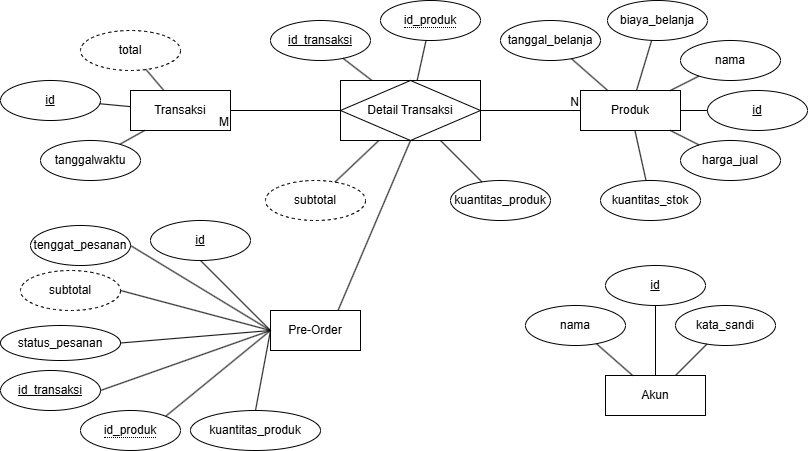
Before: src/main/resources/diagrams/db_warunq.drawio.png, a diagram exported from draw.io (James1Aurora/WarunQ). Source tidied: cells renumbered, new cells last; positions are measured from the earlier drawing's top-left corner, leaving out a move shared by most shapes.
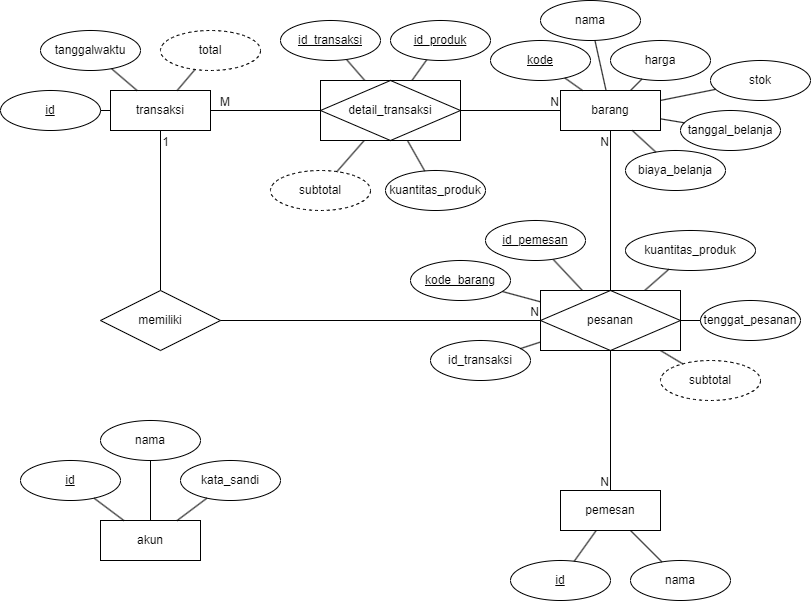
The same diagram one commit later.

Change to the diagram source:
```diff
@@ -2,41 +2,38 @@
   <root>
     <mxCell id="0" />
     <mxCell id="1" parent="0" />
-    <mxCell id="2" value="Transaksi" style="whiteSpace=wrap;html=1;align=center;" parent="1" vertex="1">
+    <mxCell id="2" value="transaksi" style="whiteSpace=wrap;html=1;align=center;" parent="1" vertex="1">
       <mxGeometry x="130" y="90" width="100" height="40" as="geometry" />
     </mxCell>
-    <mxCell id="3" value="Produk" style="whiteSpace=wrap;html=1;align=center;" parent="1" vertex="1">
+    <mxCell id="3" value="barang" style="whiteSpace=wrap;html=1;align=center;" parent="1" vertex="1">
       <mxGeometry x="580" y="90" width="100" height="40" as="geometry" />
     </mxCell>
     <mxCell id="4" value="id" style="ellipse;whiteSpace=wrap;html=1;align=center;fontStyle=4;" parent="1" vertex="1">
-      <mxGeometry y="80" width="100" height="40" as="geometry" />
+      <mxGeometry x="20" y="90" width="100" height="40" as="geometry" />
     </mxCell>
     <mxCell id="5" style="endArrow=none;html=1;rounded=0;" parent="1" edge="1" source="4" target="2">
       <mxGeometry relative="1" as="geometry" />
     </mxCell>
     <mxCell id="6" value="tanggalwaktu" style="ellipse;whiteSpace=wrap;html=1;align=center;" parent="1" vertex="1">
-      <mxGeometry x="40" y="140" width="100" height="40" as="geometry" />
+      <mxGeometry x="60" y="30" width="100" height="40" as="geometry" />
     </mxCell>
     <mxCell id="7" style="endArrow=none;html=1;rounded=0;" parent="1" edge="1" source="2" target="6">
       <mxGeometry relative="1" as="geometry" />
     </mxCell>
-    <mxCell id="8" value="&lt;span style=&quot;border-bottom: 1px dotted&quot;&gt;id_produk&lt;/span&gt;" style="ellipse;whiteSpace=wrap;html=1;align=center;" parent="1" vertex="1">
-      <mxGeometry x="380" width="100" height="40" as="geometry" />
-    </mxCell>
     <mxCell id="9" value="id_transaksi" style="ellipse;whiteSpace=wrap;html=1;align=center;fontStyle=4;" parent="1" vertex="1">
-      <mxGeometry x="270" y="20" width="100" height="40" as="geometry" />
+      <mxGeometry x="300" y="20" width="100" height="40" as="geometry" />
     </mxCell>
     <mxCell id="10" style="endArrow=none;html=1;rounded=0;" parent="1" edge="1" source="9" target="26">
       <mxGeometry relative="1" as="geometry" />
     </mxCell>
-    <mxCell id="11" style="endArrow=none;html=1;rounded=0;" parent="1" edge="1" source="26" target="8">
+    <mxCell id="11" style="endArrow=none;html=1;rounded=0;" parent="1" edge="1" source="26" target="68">
       <mxGeometry relative="1" as="geometry" />
     </mxCell>
     <mxCell id="12" value="nama" style="ellipse;whiteSpace=wrap;html=1;align=center;" parent="1" vertex="1">
-      <mxGeometry x="680" y="40" width="100" height="40" as="geometry" />
+      <mxGeometry x="560" width="100" height="40" as="geometry" />
     </mxCell>
-    <mxCell id="13" value="id" style="ellipse;whiteSpace=wrap;html=1;align=center;fontStyle=4;" parent="1" vertex="1">
-      <mxGeometry x="707" y="90" width="100" height="40" as="geometry" />
+    <mxCell id="13" value="kode" style="ellipse;whiteSpace=wrap;html=1;align=center;fontStyle=4;" parent="1" vertex="1">
+      <mxGeometry x="510" y="40" width="100" height="40" as="geometry" />
     </mxCell>
     <mxCell id="14" style="endArrow=none;html=1;rounded=0;" parent="1" edge="1" source="13" target="3">
       <mxGeometry relative="1" as="geometry" />
@@ -44,11 +41,11 @@
     <mxCell id="15" style="endArrow=none;html=1;rounded=0;" parent="1" edge="1" source="3" target="12">
       <mxGeometry relative="1" as="geometry" />
     </mxCell>
-    <mxCell id="16" value="kuantitas_stok" style="ellipse;whiteSpace=wrap;html=1;align=center;" parent="1" vertex="1">
-      <mxGeometry x="600" y="180" width="100" height="40" as="geometry" />
+    <mxCell id="16" value="stok" style="ellipse;whiteSpace=wrap;html=1;align=center;" parent="1" vertex="1">
+      <mxGeometry x="730" y="60" width="100" height="40" as="geometry" />
     </mxCell>
     <mxCell id="17" value="kuantitas_produk" style="ellipse;whiteSpace=wrap;html=1;align=center;" parent="1" vertex="1">
-      <mxGeometry x="450" y="180" width="100" height="40" as="geometry" />
+      <mxGeometry x="405" y="170" width="100" height="40" as="geometry" />
     </mxCell>
     <mxCell id="18" style="endArrow=none;html=1;rounded=0;" parent="1" edge="1" source="26" target="17">
       <mxGeometry relative="1" as="geometry" />
@@ -56,25 +53,25 @@
     <mxCell id="19" style="endArrow=none;html=1;rounded=0;" parent="1" edge="1" source="3" target="16">
       <mxGeometry relative="1" as="geometry" />
     </mxCell>
-    <mxCell id="20" value="harga_jual" style="ellipse;whiteSpace=wrap;html=1;align=center;" parent="1" vertex="1">
-      <mxGeometry x="680" y="140" width="100" height="40" as="geometry" />
+    <mxCell id="20" value="harga" style="ellipse;whiteSpace=wrap;html=1;align=center;" parent="1" vertex="1">
+      <mxGeometry x="630" y="40" width="100" height="40" as="geometry" />
     </mxCell>
     <mxCell id="21" style="endArrow=none;html=1;rounded=0;" parent="1" edge="1" source="3" target="20">
       <mxGeometry relative="1" as="geometry" />
     </mxCell>
     <mxCell id="22" value="subtotal" style="ellipse;whiteSpace=wrap;html=1;align=center;dashed=1;" parent="1" vertex="1">
-      <mxGeometry x="265" y="180" width="100" height="40" as="geometry" />
+      <mxGeometry x="290" y="170" width="100" height="40" as="geometry" />
     </mxCell>
     <mxCell id="23" style="endArrow=none;html=1;rounded=0;" parent="1" edge="1" source="26" target="22">
       <mxGeometry relative="1" as="geometry" />
     </mxCell>
     <mxCell id="24" value="total" style="ellipse;whiteSpace=wrap;html=1;align=center;dashed=1;" parent="1" vertex="1">
-      <mxGeometry x="80" y="30" width="100" height="40" as="geometry" />
+      <mxGeometry x="180" y="30" width="100" height="40" as="geometry" />
     </mxCell>
     <mxCell id="25" style="endArrow=none;html=1;rounded=0;" parent="1" edge="1" source="24" target="2">
       <mxGeometry relative="1" as="geometry" />
     </mxCell>
-    <mxCell id="26" value="Detail Transaksi" style="shape=associativeEntity;whiteSpace=wrap;html=1;align=center;" parent="1" vertex="1">
+    <mxCell id="26" value="detail_transaksi" style="shape=associativeEntity;whiteSpace=wrap;html=1;align=center;" parent="1" vertex="1">
       <mxGeometry x="340" y="80" width="140" height="60" as="geometry" />
     </mxCell>
     <mxCell id="27" style="endArrow=none;html=1;rounded=0;" parent="1" edge="1" source="26" target="3">
@@ -88,89 +85,129 @@
     </mxCell>
     <mxCell id="30" value="M" style="html=1;whiteSpace=wrap;align=right;verticalAlign=bottom;" parent="29" vertex="1">
       <mxGeometry x="1" relative="1" as="geometry">
-        <mxPoint y="20" as="offset" />
+        <mxPoint x="21" as="offset" />
       </mxGeometry>
     </mxCell>
     <mxCell id="31" value="biaya_belanja" style="ellipse;whiteSpace=wrap;html=1;align=center;" parent="1" vertex="1">
-      <mxGeometry x="607" width="100" height="40" as="geometry" />
+      <mxGeometry x="645" y="150" width="100" height="40" as="geometry" />
     </mxCell>
     <mxCell id="32" style="endArrow=none;html=1;rounded=0;" parent="1" edge="1" source="3" target="31">
       <mxGeometry relative="1" as="geometry" />
     </mxCell>
     <mxCell id="33" value="tanggal_belanja" style="ellipse;whiteSpace=wrap;html=1;align=center;" parent="1" vertex="1">
-      <mxGeometry x="500" y="20" width="100" height="40" as="geometry" />
+      <mxGeometry x="700" y="110" width="100" height="40" as="geometry" />
     </mxCell>
     <mxCell id="34" style="endArrow=none;html=1;rounded=0;" parent="1" edge="1" source="3" target="33">
       <mxGeometry relative="1" as="geometry" />
     </mxCell>
     <mxCell id="35" value="id" style="ellipse;whiteSpace=wrap;html=1;align=center;fontStyle=4;" parent="1" vertex="1">
-      <mxGeometry x="605" y="265" width="100" height="40" as="geometry" />
+      <mxGeometry x="40" y="460" width="100" height="40" as="geometry" />
     </mxCell>
-    <mxCell id="36" value="Akun" style="whiteSpace=wrap;html=1;align=center;" parent="1" vertex="1">
-      <mxGeometry x="605" y="375" width="100" height="40" as="geometry" />
+    <mxCell id="36" value="akun" style="whiteSpace=wrap;html=1;align=center;" parent="1" vertex="1">
+      <mxGeometry x="120" y="520" width="100" height="40" as="geometry" />
     </mxCell>
     <mxCell id="37" style="endArrow=none;html=1;rounded=0;" parent="1" edge="1" source="36" target="35">
       <mxGeometry relative="1" as="geometry" />
     </mxCell>
     <mxCell id="38" value="nama" style="ellipse;whiteSpace=wrap;html=1;align=center;" parent="1" vertex="1">
-      <mxGeometry x="525" y="305" width="100" height="40" as="geometry" />
+      <mxGeometry x="120" y="420" width="100" height="40" as="geometry" />
     </mxCell>
     <mxCell id="39" style="endArrow=none;html=1;rounded=0;" parent="1" edge="1" source="38" target="36">
       <mxGeometry relative="1" as="geometry" />
     </mxCell>
     <mxCell id="40" value="kata_sandi" style="ellipse;whiteSpace=wrap;html=1;align=center;" parent="1" vertex="1">
-      <mxGeometry x="675" y="305" width="100" height="40" as="geometry" />
+      <mxGeometry x="200" y="460" width="100" height="40" as="geometry" />
     </mxCell>
     <mxCell id="41" style="endArrow=none;html=1;rounded=0;" parent="1" edge="1" source="36" target="40">
       <mxGeometry relative="1" as="geometry" />
     </mxCell>
-    <mxCell id="42" value="Pre-Order" style="rounded=0;whiteSpace=wrap;html=1;" parent="1" vertex="1">
-      <mxGeometry x="270" y="310" width="90" height="40" as="geometry" />
-    </mxCell>
-    <mxCell id="43" value="&lt;span style=&quot;border-bottom: 1px dotted&quot;&gt;id_produk&lt;/span&gt;" style="ellipse;whiteSpace=wrap;html=1;align=center;" parent="1" vertex="1">
-      <mxGeometry x="80" y="410" width="100" height="40" as="geometry" />
-    </mxCell>
     <mxCell id="44" value="id" style="ellipse;whiteSpace=wrap;html=1;align=center;fontStyle=4;" parent="1" vertex="1">
-      <mxGeometry x="150" y="220" width="100" height="40" as="geometry" />
+      <mxGeometry x="530" y="560" width="100" height="40" as="geometry" />
     </mxCell>
-    <mxCell id="45" style="endArrow=none;html=1;rounded=0;entryX=0.5;entryY=1;entryDx=0;entryDy=0;exitX=0;exitY=0.5;exitDx=0;exitDy=0;" parent="1" edge="1" source="42" target="44">
+    <mxCell id="45" style="endArrow=none;html=1;rounded=0;" parent="1" edge="1" source="61" target="44">
       <mxGeometry relative="1" as="geometry" />
     </mxCell>
-    <mxCell id="46" style="endArrow=none;html=1;rounded=0;exitX=1;exitY=0;exitDx=0;exitDy=0;entryX=0;entryY=0.5;entryDx=0;entryDy=0;" parent="1" edge="1" source="43" target="42">
-      <mxGeometry relative="1" as="geometry" />
-    </mxCell>
     <mxCell id="47" value="kuantitas_produk" style="ellipse;whiteSpace=wrap;html=1;align=center;" parent="1" vertex="1">
-      <mxGeometry x="190" y="410" width="130" height="40" as="geometry" />
+      <mxGeometry x="645" y="230" width="130" height="40" as="geometry" />
     </mxCell>
     <mxCell id="48" value="subtotal" style="ellipse;whiteSpace=wrap;html=1;align=center;dashed=1;" parent="1" vertex="1">
-      <mxGeometry x="20" y="270" width="100" height="40" as="geometry" />
+      <mxGeometry x="680" y="360" width="100" height="40" as="geometry" />
     </mxCell>
-    <mxCell id="49" style="endArrow=none;html=1;rounded=0;entryX=1;entryY=0.5;entryDx=0;entryDy=0;exitX=0;exitY=0.5;exitDx=0;exitDy=0;" parent="1" edge="1" source="42" target="48">
+    <mxCell id="49" style="endArrow=none;html=1;rounded=0;" parent="1" edge="1" source="60" target="48">
       <mxGeometry relative="1" as="geometry" />
     </mxCell>
-    <mxCell id="50" style="endArrow=none;html=1;rounded=0;entryX=0.5;entryY=0;entryDx=0;entryDy=0;exitX=0;exitY=0.5;exitDx=0;exitDy=0;" parent="1" edge="1" source="42" target="47">
+    <mxCell id="50" style="endArrow=none;html=1;rounded=0;" parent="1" edge="1" source="60" target="47">
       <mxGeometry relative="1" as="geometry" />
     </mxCell>
-    <mxCell id="51" value="status_pesanan" style="ellipse;whiteSpace=wrap;html=1;align=center;" parent="1" vertex="1">
-      <mxGeometry y="325" width="120" height="35" as="geometry" />
-    </mxCell>
-    <mxCell id="52" style="endArrow=none;html=1;rounded=0;entryX=1;entryY=0.5;entryDx=0;entryDy=0;exitX=0;exitY=0.5;exitDx=0;exitDy=0;" parent="1" edge="1" source="42" target="51">
-      <mxGeometry relative="1" as="geometry" />
-    </mxCell>
     <mxCell id="53" value="tenggat_pesanan" style="ellipse;whiteSpace=wrap;html=1;align=center;" parent="1" vertex="1">
-      <mxGeometry x="30" y="225" width="100" height="40" as="geometry" />
+      <mxGeometry x="720" y="300" width="100" height="40" as="geometry" />
     </mxCell>
-    <mxCell id="54" style="endArrow=none;html=1;rounded=0;entryX=1;entryY=0.5;entryDx=0;entryDy=0;exitX=0;exitY=0.5;exitDx=0;exitDy=0;" parent="1" edge="1" source="42" target="53">
+    <mxCell id="54" style="endArrow=none;html=1;rounded=0;" parent="1" edge="1" source="60" target="53">
       <mxGeometry relative="1" as="geometry" />
     </mxCell>
+    <mxCell id="58" style="endArrow=none;html=1;rounded=0;" parent="1" edge="1" source="70" target="60">
+      <mxGeometry relative="1" as="geometry" />
+    </mxCell>
+    <mxCell id="59" style="endArrow=none;html=1;rounded=0;" parent="1" edge="1" source="69" target="60">
+      <mxGeometry relative="1" as="geometry" />
+    </mxCell>
+    <mxCell id="60" value="pesanan" style="shape=associativeEntity;whiteSpace=wrap;html=1;align=center;" parent="1" vertex="1">
+      <mxGeometry x="560" y="290" width="140" height="60" as="geometry" />
+    </mxCell>
+    <mxCell id="61" value="pemesan" style="whiteSpace=wrap;html=1;align=center;" parent="1" vertex="1">
+      <mxGeometry x="580" y="490" width="100" height="40" as="geometry" />
+    </mxCell>
+    <mxCell id="62" value="nama" style="ellipse;whiteSpace=wrap;html=1;align=center;" parent="1" vertex="1">
+      <mxGeometry x="650" y="560" width="100" height="40" as="geometry" />
+    </mxCell>
+    <mxCell id="63" style="endArrow=none;html=1;rounded=0;" parent="1" edge="1" source="62" target="61">
+      <mxGeometry relative="1" as="geometry" />
+    </mxCell>
+    <mxCell id="64" style="endArrow=none;html=1;rounded=0;" parent="1" edge="1" source="60" target="3">
+      <mxGeometry relative="1" as="geometry" />
+    </mxCell>
+    <mxCell id="65" value="N" style="html=1;whiteSpace=wrap;align=right;verticalAlign=bottom;" parent="64" vertex="1">
+      <mxGeometry x="1" relative="1" as="geometry">
+        <mxPoint y="20" as="offset" />
+      </mxGeometry>
+    </mxCell>
+    <mxCell id="66" style="endArrow=none;html=1;rounded=0;" parent="1" edge="1" source="60" target="61">
+      <mxGeometry relative="1" as="geometry" />
+    </mxCell>
+    <mxCell id="67" value="N" style="html=1;whiteSpace=wrap;align=right;verticalAlign=bottom;" parent="66" vertex="1">
+      <mxGeometry x="1" relative="1" as="geometry" />
+    </mxCell>
+    <mxCell id="68" value="id_produk" style="ellipse;whiteSpace=wrap;html=1;align=center;fontStyle=4;" parent="1" vertex="1">
+      <mxGeometry x="410" y="20" width="100" height="40" as="geometry" />
+    </mxCell>
+    <mxCell id="69" value="kode_barang" style="ellipse;whiteSpace=wrap;html=1;align=center;fontStyle=4;" parent="1" vertex="1">
+      <mxGeometry x="430" y="260" width="100" height="40" as="geometry" />
+    </mxCell>
+    <mxCell id="70" value="id_pemesan" style="ellipse;whiteSpace=wrap;html=1;align=center;fontStyle=4;" parent="1" vertex="1">
+      <mxGeometry x="505" y="220" width="100" height="40" as="geometry" />
+    </mxCell>
+    <mxCell id="71" style="endArrow=none;html=1;rounded=0;" parent="1" edge="1" source="73" target="2">
+      <mxGeometry relative="1" as="geometry" />
+    </mxCell>
+    <mxCell id="72" value="1" style="html=1;whiteSpace=wrap;align=right;verticalAlign=bottom;" parent="71" vertex="1">
+      <mxGeometry x="1" relative="1" as="geometry">
+        <mxPoint x="10" y="20" as="offset" />
+      </mxGeometry>
+    </mxCell>
+    <mxCell id="73" value="memiliki" style="shape=rhombus;perimeter=rhombusPerimeter;whiteSpace=wrap;html=1;align=center;" parent="1" vertex="1">
+      <mxGeometry x="120" y="290" width="120" height="60" as="geometry" />
+    </mxCell>
+    <mxCell id="74" style="endArrow=none;html=1;rounded=0;" parent="1" edge="1" source="73" target="60">
+      <mxGeometry relative="1" as="geometry" />
+    </mxCell>
+    <mxCell id="75" value="N" style="html=1;whiteSpace=wrap;align=right;verticalAlign=bottom;" parent="74" vertex="1">
+      <mxGeometry x="1" relative="1" as="geometry" />
+    </mxCell>
-    <mxCell id="55" value="id_transaksi" style="ellipse;whiteSpace=wrap;html=1;align=center;fontStyle=4;" parent="1" vertex="1">
-      <mxGeometry y="370" width="100" height="40" as="geometry" />
+    <mxCell id="55" value="id_transaksi" style="ellipse;whiteSpace=wrap;html=1;align=center;" parent="1" vertex="1">
+      <mxGeometry x="450" y="340" width="100" height="40" as="geometry" />
     </mxCell>
-    <mxCell id="56" style="endArrow=none;html=1;rounded=0;entryX=1;entryY=0.5;entryDx=0;entryDy=0;exitX=0;exitY=0.5;exitDx=0;exitDy=0;" parent="1" edge="1" source="42" target="55">
-      <mxGeometry relative="1" as="geometry" />
-    </mxCell>
-    <mxCell id="57" style="endArrow=none;html=1;rounded=0;exitX=0.75;exitY=0;exitDx=0;exitDy=0;entryX=0.5;entryY=1;entryDx=0;entryDy=0;" parent="1" edge="1" source="42" target="26">
-      <mxGeometry relative="1" as="geometry" />
-    </mxCell>
+    <mxCell id="76" style="endArrow=none;html=1;rounded=0;" parent="1" edge="1" source="55" target="60">
+      <mxGeometry relative="1" as="geometry" />
+    </mxCell>
   </root>
 </mxGraphModel>
```
